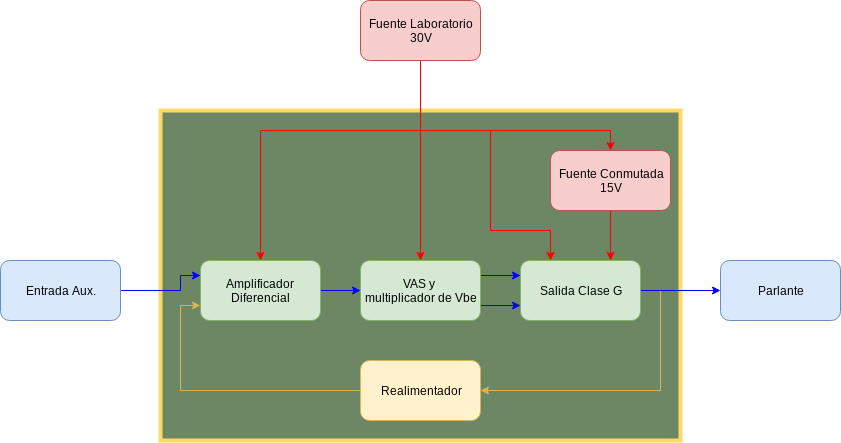
Ronapa/Circuitos2 keeps this draw.io diagram as Imagenes/Bloques.png. Above is the earlier version. Source tidied: cells renumbered, new cells last; positions are measured from the earlier drawing's top-left corner, leaving out a move shared by most shapes. Its diagram source:
```xml
<mxGraphModel>
  <root>
    <mxCell id="0" />
    <mxCell id="1" parent="0" />
    <mxCell id="2" style="rounded=0;whiteSpace=wrap;html=1;strokeColor=#FFD966;strokeWidth=4;fillColor=#6d8764;fontColor=#ffffff;" parent="1" vertex="1">
      <mxGeometry x="160" y="110" width="520" height="330" as="geometry" />
    </mxCell>
    <mxCell id="3" style="edgeStyle=orthogonalEdgeStyle;rounded=0;jettySize=auto;html=1;exitX=1;exitY=0.5;exitDx=0;exitDy=0;entryX=1;entryY=0.5;entryDx=0;entryDy=0;fillColor=#fff2cc;strokeColor=#d6b656;" parent="1" edge="1" source="12" target="15">
      <mxGeometry relative="1" as="geometry">
        <Array as="points">
          <mxPoint x="660" y="290" />
          <mxPoint x="660" y="390" />
        </Array>
      </mxGeometry>
    </mxCell>
    <mxCell id="4" style="edgeStyle=orthogonalEdgeStyle;rounded=0;jettySize=auto;html=1;exitX=1;exitY=0.5;exitDx=0;exitDy=0;entryX=0;entryY=0.25;entryDx=0;entryDy=0;fillColor=#dae8fc;strokeColor=#0000FF;" parent="1" edge="1" source="5" target="7">
      <mxGeometry relative="1" as="geometry">
        <Array as="points">
          <mxPoint x="180" y="290" />
          <mxPoint x="180" y="275" />
        </Array>
      </mxGeometry>
    </mxCell>
    <mxCell id="5" value="Entrada Aux." style="rounded=1;whiteSpace=wrap;html=1;fillColor=#dae8fc;strokeColor=#6c8ebf;" parent="1" vertex="1">
      <mxGeometry y="260" width="120" height="60" as="geometry" />
    </mxCell>
    <mxCell id="6" style="edgeStyle=orthogonalEdgeStyle;rounded=0;jettySize=auto;html=1;exitX=1;exitY=0.5;exitDx=0;exitDy=0;entryX=0;entryY=0.5;entryDx=0;entryDy=0;strokeColor=#0000FF;" parent="1" edge="1" source="7" target="10">
      <mxGeometry relative="1" as="geometry" />
    </mxCell>
    <mxCell id="7" value="Amplificador Diferencial" style="rounded=1;whiteSpace=wrap;html=1;fillColor=#d5e8d4;strokeColor=#82b366;" parent="1" vertex="1">
      <mxGeometry x="200" y="260" width="120" height="60" as="geometry" />
    </mxCell>
    <mxCell id="8" style="edgeStyle=orthogonalEdgeStyle;rounded=0;jettySize=auto;html=1;exitX=1;exitY=0.25;exitDx=0;exitDy=0;entryX=0;entryY=0.25;entryDx=0;entryDy=0;strokeColor=#0000FF;" parent="1" edge="1" source="10" target="12">
      <mxGeometry relative="1" as="geometry" />
    </mxCell>
    <mxCell id="9" style="edgeStyle=orthogonalEdgeStyle;rounded=0;jettySize=auto;html=1;exitX=1;exitY=0.75;exitDx=0;exitDy=0;entryX=0;entryY=0.75;entryDx=0;entryDy=0;strokeColor=#0000FF;" parent="1" edge="1" source="10" target="12">
      <mxGeometry relative="1" as="geometry" />
    </mxCell>
    <mxCell id="10" value="VAS y &lt;br&gt;multiplicador de Vbe" style="rounded=1;whiteSpace=wrap;html=1;fillColor=#d5e8d4;strokeColor=#82b366;" parent="1" vertex="1">
      <mxGeometry x="360" y="260" width="120" height="60" as="geometry" />
    </mxCell>
    <mxCell id="11" style="edgeStyle=orthogonalEdgeStyle;rounded=0;jettySize=auto;html=1;entryX=0;entryY=0.5;entryDx=0;entryDy=0;exitX=1;exitY=0.5;exitDx=0;exitDy=0;strokeColor=#0000FF;" parent="1" edge="1" source="12" target="13">
      <mxGeometry relative="1" as="geometry" />
    </mxCell>
    <mxCell id="12" value="Salida Clase G" style="rounded=1;whiteSpace=wrap;html=1;fillColor=#d5e8d4;strokeColor=#82b366;" parent="1" vertex="1">
      <mxGeometry x="520" y="260" width="120" height="60" as="geometry" />
    </mxCell>
    <mxCell id="13" value="Parlante" style="rounded=1;whiteSpace=wrap;html=1;fillColor=#dae8fc;strokeColor=#6c8ebf;" parent="1" vertex="1">
      <mxGeometry x="720" y="260" width="120" height="60" as="geometry" />
    </mxCell>
    <mxCell id="14" style="edgeStyle=orthogonalEdgeStyle;rounded=0;jettySize=auto;html=1;exitX=0;exitY=0.5;exitDx=0;exitDy=0;entryX=0;entryY=0.75;entryDx=0;entryDy=0;fillColor=#fff2cc;strokeColor=#d6b656;" parent="1" edge="1" source="15" target="7">
      <mxGeometry relative="1" as="geometry" />
    </mxCell>
    <mxCell id="15" value="Realimentador" style="rounded=1;whiteSpace=wrap;html=1;fillColor=#fff2cc;strokeColor=#d6b656;" parent="1" vertex="1">
      <mxGeometry x="360" y="360" width="120" height="60" as="geometry" />
    </mxCell>
    <mxCell id="16" style="edgeStyle=orthogonalEdgeStyle;rounded=0;jettySize=auto;html=1;exitX=0.25;exitY=1;exitDx=0;exitDy=0;entryX=0.5;entryY=0;entryDx=0;entryDy=0;strokeColor=#FF0000;" parent="1" edge="1" source="20" target="7">
      <mxGeometry relative="1" as="geometry">
        <Array as="points">
          <mxPoint x="420" y="60" />
          <mxPoint x="420" y="130" />
          <mxPoint x="260" y="130" />
        </Array>
      </mxGeometry>
    </mxCell>
    <mxCell id="17" style="edgeStyle=orthogonalEdgeStyle;rounded=0;jettySize=auto;html=1;exitX=0.5;exitY=1;exitDx=0;exitDy=0;entryX=0.5;entryY=0;entryDx=0;entryDy=0;strokeColor=#FF0000;" parent="1" edge="1" source="20" target="10">
      <mxGeometry relative="1" as="geometry" />
    </mxCell>
    <mxCell id="18" style="edgeStyle=orthogonalEdgeStyle;rounded=0;jettySize=auto;html=1;exitX=0.75;exitY=1;exitDx=0;exitDy=0;entryX=0.25;entryY=0;entryDx=0;entryDy=0;strokeColor=#FF0000;" parent="1" edge="1" source="20" target="12">
      <mxGeometry relative="1" as="geometry">
        <Array as="points">
          <mxPoint x="420" y="60" />
          <mxPoint x="420" y="130" />
          <mxPoint x="490" y="130" />
          <mxPoint x="490" y="230" />
          <mxPoint x="550" y="230" />
        </Array>
      </mxGeometry>
    </mxCell>
    <mxCell id="19" style="edgeStyle=orthogonalEdgeStyle;rounded=0;jettySize=auto;html=1;exitX=0.75;exitY=1;exitDx=0;exitDy=0;entryX=0.5;entryY=0;entryDx=0;entryDy=0;fillColor=#f8cecc;strokeColor=#FF0000;" parent="1" edge="1" source="20" target="22">
      <mxGeometry relative="1" as="geometry">
        <Array as="points">
          <mxPoint x="420" y="60" />
          <mxPoint x="420" y="130" />
          <mxPoint x="610" y="130" />
        </Array>
      </mxGeometry>
    </mxCell>
    <mxCell id="20" value="Fuente Laboratorio&lt;br&gt;30V&lt;br&gt;" style="rounded=1;whiteSpace=wrap;html=1;fillColor=#f8cecc;strokeColor=#b85450;" parent="1" vertex="1">
      <mxGeometry x="360" width="120" height="60" as="geometry" />
    </mxCell>
    <mxCell id="21" style="edgeStyle=orthogonalEdgeStyle;rounded=0;jettySize=auto;html=1;exitX=0.5;exitY=1;exitDx=0;exitDy=0;entryX=0.75;entryY=0;entryDx=0;entryDy=0;strokeColor=#FF0000;" parent="1" edge="1" source="22" target="12">
      <mxGeometry relative="1" as="geometry" />
    </mxCell>
    <mxCell id="22" value="Fuente Conmutada&lt;br&gt;15V&lt;br&gt;" style="rounded=1;whiteSpace=wrap;html=1;fillColor=#f8cecc;strokeColor=#b85450;" parent="1" vertex="1">
      <mxGeometry x="550" y="150" width="120" height="60" as="geometry" />
    </mxCell>
  </root>
</mxGraphModel>
```
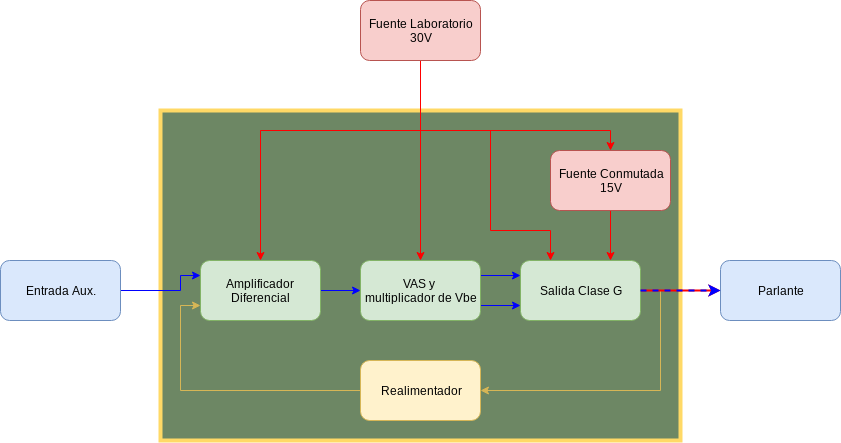
The same diagram one commit later.

Commit message:
nueva imagen

Change to the diagram source:
```diff
@@ -39,7 +39,7 @@
     <mxCell id="10" value="VAS y &lt;br&gt;multiplicador de Vbe" style="rounded=1;whiteSpace=wrap;html=1;fillColor=#d5e8d4;strokeColor=#82b366;" parent="1" vertex="1">
       <mxGeometry x="360" y="260" width="120" height="60" as="geometry" />
     </mxCell>
-    <mxCell id="11" style="edgeStyle=orthogonalEdgeStyle;rounded=0;jettySize=auto;html=1;entryX=0;entryY=0.5;entryDx=0;entryDy=0;exitX=1;exitY=0.5;exitDx=0;exitDy=0;strokeColor=#0000FF;" parent="1" edge="1" source="12" target="13">
+    <mxCell id="11" style="edgeStyle=orthogonalEdgeStyle;rounded=0;jettySize=auto;html=1;entryX=0;entryY=0.5;entryDx=0;entryDy=0;exitX=1;exitY=0.5;exitDx=0;exitDy=0;strokeColor=#FF0000;strokeWidth=2;" parent="1" edge="1" source="12" target="13">
       <mxGeometry relative="1" as="geometry" />
     </mxCell>
     <mxCell id="12" value="Salida Clase G" style="rounded=1;whiteSpace=wrap;html=1;fillColor=#d5e8d4;strokeColor=#82b366;" parent="1" vertex="1">
@@ -95,5 +95,13 @@
     <mxCell id="22" value="Fuente Conmutada&lt;br&gt;15V&lt;br&gt;" style="rounded=1;whiteSpace=wrap;html=1;fillColor=#f8cecc;strokeColor=#b85450;" parent="1" vertex="1">
       <mxGeometry x="550" y="150" width="120" height="60" as="geometry" />
     </mxCell>
+    <mxCell id="23" style="edgeStyle=orthogonalEdgeStyle;rounded=0;jettySize=auto;html=1;entryX=0;entryY=0.5;entryDx=0;entryDy=0;exitX=1;exitY=0.5;exitDx=0;exitDy=0;strokeColor=#0000FF;dashed=1;strokeWidth=2;" parent="1" edge="1" source="12" target="13">
+      <mxGeometry relative="1" as="geometry">
+        <Array as="points">
+          <mxPoint x="680" y="290" />
+          <mxPoint x="680" y="290" />
+        </Array>
+      </mxGeometry>
+    </mxCell>
   </root>
 </mxGraphModel>
```
